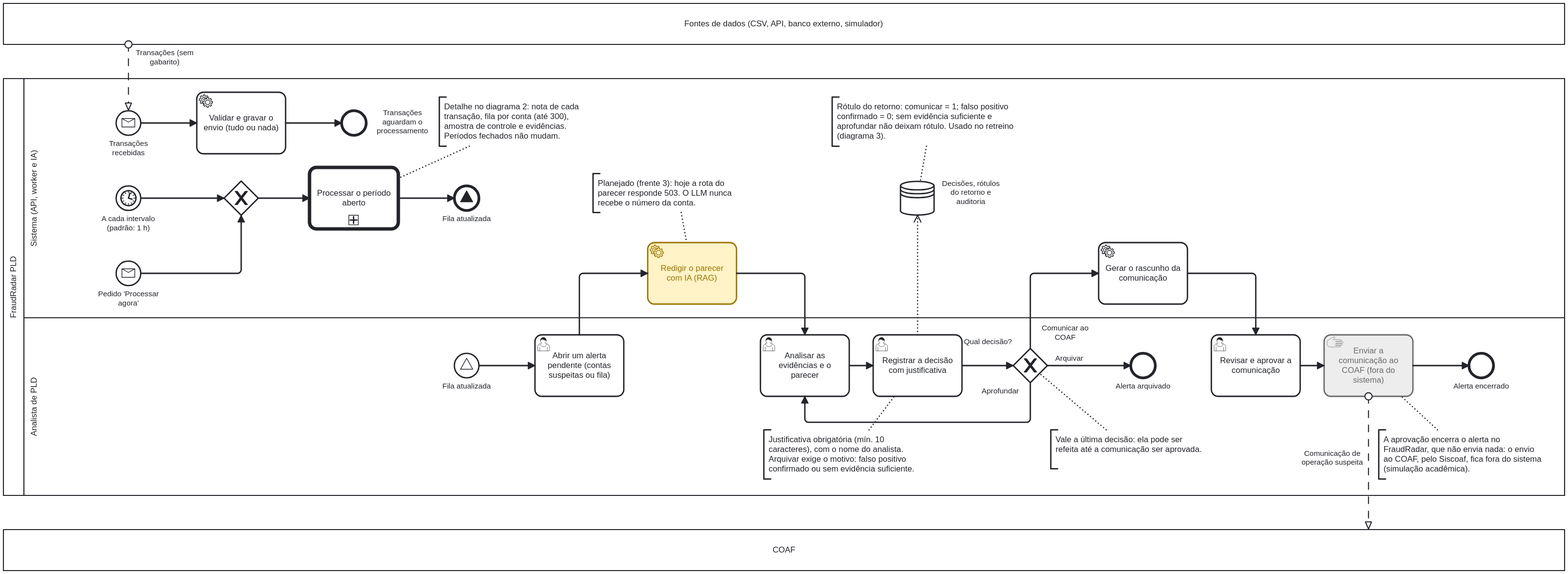
Before: docs/bpmn/01-aml-monitoring.svg, a diagram exported from BPMN (TCS-Financial-Bootcamp-Team/fraudradar). Its source is kept beside it as docs/bpmn/01-aml-monitoring.bpmn. Ids are renumbered.
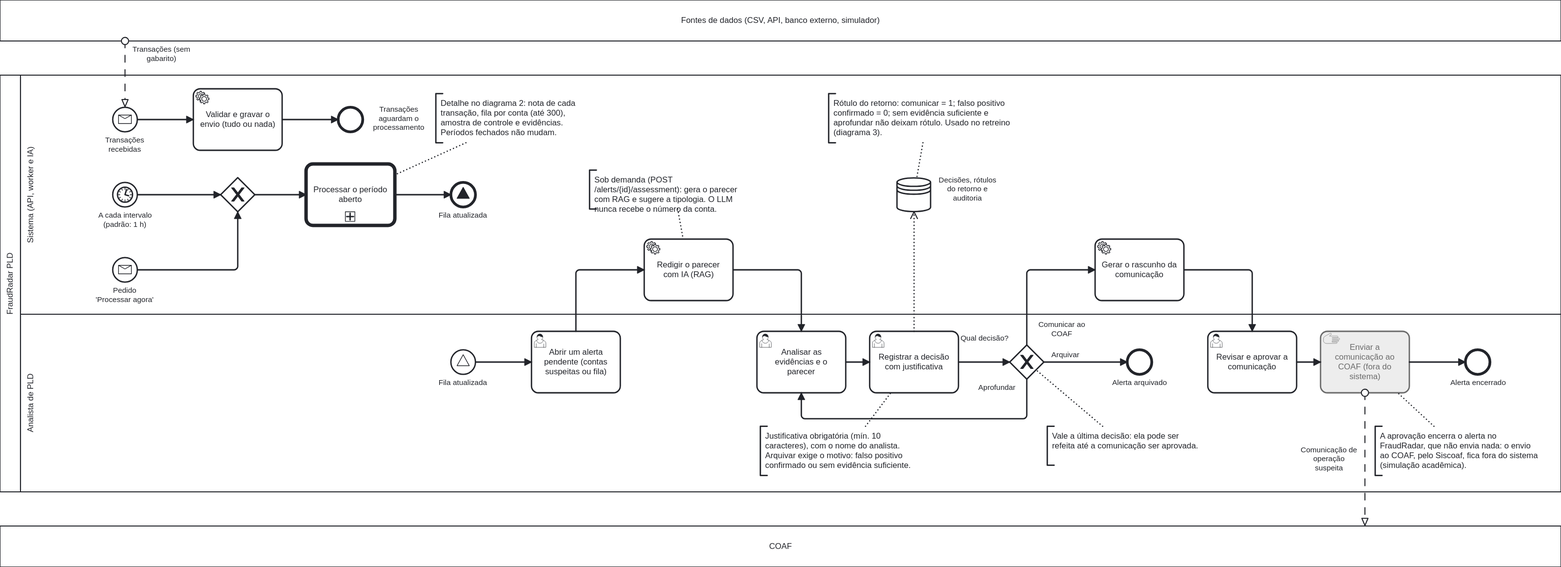
After the commit.

The edit, as a diff of the source:
```diff
@@ -138,7 +138,7 @@
     </bpmn:textAnnotation>
     <bpmn:association id="Association_Note_period_detail" associationDirection="None" sourceRef="Note_period_detail" targetRef="Activity_process_open_period" />
     <bpmn:textAnnotation id="Note_assessment_planned">
-      <bpmn:text>Planejado (frente 3): hoje a rota do parecer responde 503. O LLM nunca recebe o número da conta.</bpmn:text>
+      <bpmn:text>Sob demanda (POST /alerts/{id}/assessment): gera o parecer com RAG e sugere a tipologia. O LLM nunca recebe o número da conta.</bpmn:text>
     </bpmn:textAnnotation>
     <bpmn:association id="Association_Note_assessment_planned" associationDirection="None" sourceRef="Note_assessment_planned" targetRef="Task_draft_assessment" />
     <bpmn:textAnnotation id="Note_feedback_labels">
@@ -217,7 +217,7 @@
           <dc:Bounds x="633" y="309" width="90" height="14" />
         </bpmndi:BPMNLabel>
       </bpmndi:BPMNShape>
-      <bpmndi:BPMNShape id="Task_draft_assessment_di" bpmnElement="Task_draft_assessment" color:background-color="#fff3c4" color:border-color="#9a7400">
+      <bpmndi:BPMNShape id="Task_draft_assessment_di" bpmnElement="Task_draft_assessment">
         <dc:Bounds x="943" y="350" width="130" height="90" />
       </bpmndi:BPMNShape>
       <bpmndi:BPMNShape id="DataStore_decisions_di" bpmnElement="DataStore_decisions">
```
